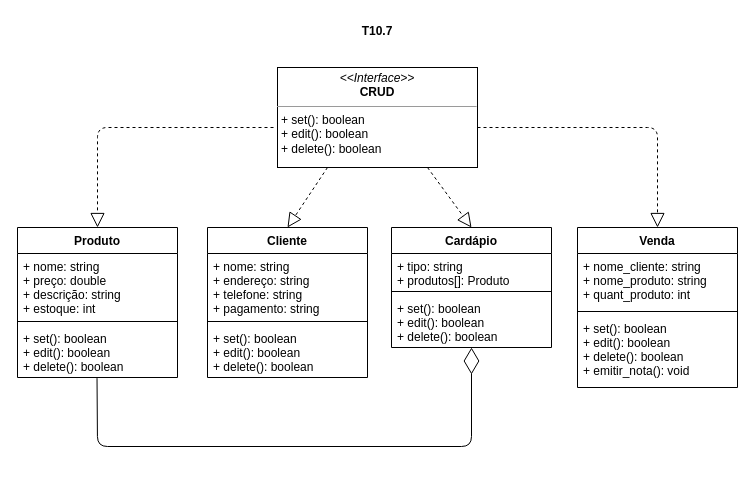
This is UML.drawio from DionVitor/oo-fga, a draw.io file, before an edit. Source tidied: cells renumbered, new cells numbered last; positions are measured from the earlier drawing's top-left corner, leaving out a move shared by most shapes. Both pictures are drawn from the tidied source at 100%, with x=0, y=0 at pixel (17, 17).
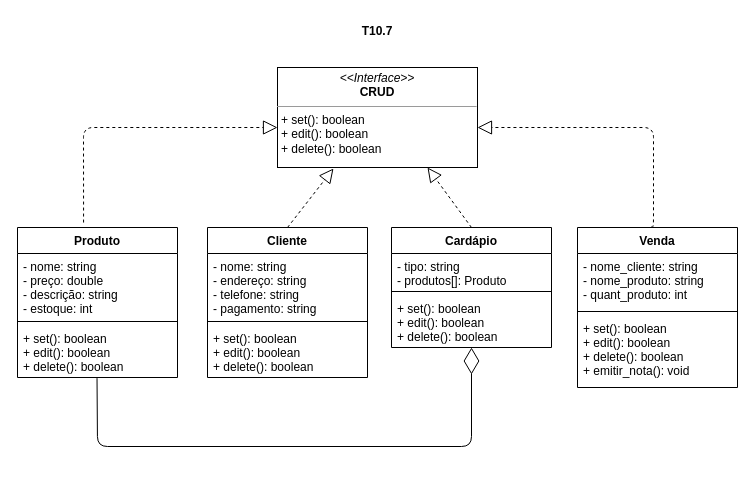
The same page after the edit.

Commit message (it also covers changes not shown here):
Adicionado UML atualizado.

Unchanged cells that the change refers to:
```xml
<mxCell id="2" value="&lt;p style=&quot;margin: 0px ; margin-top: 4px ; text-align: center&quot;&gt;&lt;i&gt;&amp;lt;&amp;lt;Interface&amp;gt;&amp;gt;&lt;/i&gt;&lt;br&gt;&lt;b&gt;CRUD&lt;/b&gt;&lt;/p&gt;&lt;hr size=&quot;1&quot;&gt;&lt;p style=&quot;margin: 0px ; margin-left: 4px&quot;&gt;+ set(): boolean&lt;/p&gt;&lt;p style=&quot;margin: 0px ; margin-left: 4px&quot;&gt;+ edit(): boolean&lt;/p&gt;&lt;p style=&quot;margin: 0px ; margin-left: 4px&quot;&gt;+ delete(): boolean&lt;/p&gt;" style="verticalAlign=top;align=left;overflow=fill;fontSize=12;fontFamily=Helvetica;html=1;" parent="1" vertex="1">
  <mxGeometry x="260" y="50" width="200" height="100" as="geometry" />
</mxCell>
<mxCell id="3" value="Produto" style="swimlane;fontStyle=1;align=center;verticalAlign=top;horizontal=1;startSize=26;" parent="1" vertex="1">
  <mxGeometry y="210" width="160" height="150" as="geometry" />
</mxCell>
<mxCell id="7" value="Cliente" style="swimlane;fontStyle=1;align=center;verticalAlign=top;horizontal=1;startSize=26;" parent="1" vertex="1">
  <mxGeometry x="190" y="210" width="160" height="150" as="geometry" />
</mxCell>
<mxCell id="11" value="Cardápio" style="swimlane;fontStyle=1;align=center;verticalAlign=top;horizontal=1;startSize=26;" parent="1" vertex="1">
  <mxGeometry x="374" y="210" width="160" height="120" as="geometry" />
</mxCell>
<mxCell id="15" value="Venda" style="swimlane;fontStyle=1;align=center;verticalAlign=top;horizontal=1;startSize=26;" parent="1" vertex="1">
  <mxGeometry x="560" y="210" width="160" height="160" as="geometry" />
</mxCell>
```

Change to the diagram source:
```diff
@@
-    <mxCell id="4" value="+ nome: string&#10;+ preço: double&#10;+ descrição: string&#10;+ estoque: int" style="text;strokeColor=none;fillColor=none;align=left;verticalAlign=top;spacingLeft=4;spacingRight=4;overflow=hidden;" parent="3" vertex="1">
+    <mxCell id="4" value="- nome: string&#10;- preço: double&#10;- descrição: string&#10;- estoque: int" style="text;strokeColor=none;fillColor=none;align=left;verticalAlign=top;spacingLeft=4;spacingRight=4;overflow=hidden;" parent="3" vertex="1">
       <mxGeometry y="26" width="160" height="64" as="geometry" />
     </mxCell>
@@
-    <mxCell id="8" value="+ nome: string&#10;+ endereço: string&#10;+ telefone: string&#10;+ pagamento: string" style="text;strokeColor=none;fillColor=none;align=left;verticalAlign=top;spacingLeft=4;spacingRight=4;overflow=hidden;" parent="7" vertex="1">
+    <mxCell id="8" value="- nome: string&#10;- endereço: string&#10;- telefone: string&#10;- pagamento: string" style="text;strokeColor=none;fillColor=none;align=left;verticalAlign=top;spacingLeft=4;spacingRight=4;overflow=hidden;" parent="7" vertex="1">
       <mxGeometry y="26" width="160" height="64" as="geometry" />
     </mxCell>
@@
-    <mxCell id="12" value="+ tipo: string&#10;+ produtos[]: Produto" style="text;strokeColor=none;fillColor=none;align=left;verticalAlign=top;spacingLeft=4;spacingRight=4;overflow=hidden;" parent="11" vertex="1">
+    <mxCell id="12" value="- tipo: string&#10;- produtos[]: Produto" style="text;strokeColor=none;fillColor=none;align=left;verticalAlign=top;spacingLeft=4;spacingRight=4;overflow=hidden;" parent="11" vertex="1">
       <mxGeometry y="26" width="160" height="34" as="geometry" />
     </mxCell>
@@
-    <mxCell id="16" value="+ nome_cliente: string&#10;+ nome_produto: string&#10;+ quant_produto: int&#10;" style="text;strokeColor=none;fillColor=none;align=left;verticalAlign=top;spacingLeft=4;spacingRight=4;overflow=hidden;" parent="15" vertex="1">
+    <mxCell id="16" value="- nome_cliente: string&#10;- nome_produto: string&#10;- quant_produto: int&#10;" style="text;strokeColor=none;fillColor=none;align=left;verticalAlign=top;spacingLeft=4;spacingRight=4;overflow=hidden;" parent="15" vertex="1">
       <mxGeometry y="26" width="160" height="54" as="geometry" />
     </mxCell>
@@
-    <mxCell id="19" style="endArrow=block;dashed=1;endFill=0;endSize=12;html=1;entryX=0.5;entryY=0;entryDx=0;entryDy=0;" parent="1" edge="1" target="3">
-      <mxGeometry relative="1" as="geometry">
-        <mxPoint x="256" y="110" as="sourcePoint" />
-        <Array as="points">
-          <mxPoint x="80" y="110" />
-        </Array>
-      </mxGeometry>
-    </mxCell>
-    <mxCell id="20" style="endArrow=block;dashed=1;endFill=0;endSize=12;html=1;entryX=0.5;entryY=0;entryDx=0;entryDy=0;" parent="1" edge="1" target="15">
-      <mxGeometry relative="1" as="geometry">
-        <mxPoint x="460" y="110" as="sourcePoint" />
-        <Array as="points">
-          <mxPoint x="640" y="110" />
-        </Array>
-      </mxGeometry>
-    </mxCell>
-    <mxCell id="21" style="endArrow=block;dashed=1;endFill=0;endSize=12;html=1;exitX=0.25;exitY=1;exitDx=0;exitDy=0;entryX=0.5;entryY=0;entryDx=0;entryDy=0;" parent="1" edge="1" source="2" target="7">
-      <mxGeometry relative="1" as="geometry" />
-    </mxCell>
-    <mxCell id="22" style="endArrow=block;dashed=1;endFill=0;endSize=12;html=1;exitX=0.75;exitY=1;exitDx=0;exitDy=0;entryX=0.5;entryY=0;entryDx=0;entryDy=0;" parent="1" edge="1" source="2" target="11">
-      <mxGeometry relative="1" as="geometry" />
-    </mxCell>
@@
+    <mxCell id="25" style="endArrow=block;dashed=1;endFill=0;endSize=12;html=1;exitX=0.463;exitY=-0.006;exitDx=0;exitDy=0;exitPerimeter=0;" parent="1" edge="1" source="15">
+      <mxGeometry relative="1" as="geometry">
+        <mxPoint x="460" y="110" as="targetPoint" />
+        <Array as="points">
+          <mxPoint x="636" y="210" />
+          <mxPoint x="636" y="110" />
+        </Array>
+      </mxGeometry>
+    </mxCell>
+    <mxCell id="26" style="endArrow=block;dashed=1;endFill=0;endSize=12;html=1;exitX=0.413;exitY=-0.033;exitDx=0;exitDy=0;exitPerimeter=0;" parent="1" edge="1" source="3">
+      <mxGeometry relative="1" as="geometry">
+        <mxPoint x="260" y="110" as="targetPoint" />
+        <Array as="points">
+          <mxPoint x="66" y="110" />
+        </Array>
+      </mxGeometry>
+    </mxCell>
+    <mxCell id="27" style="endArrow=block;dashed=1;endFill=0;endSize=12;html=1;exitX=0.5;exitY=0;exitDx=0;exitDy=0;" parent="1" edge="1" source="7">
+      <mxGeometry relative="1" as="geometry">
+        <mxPoint x="316" y="151" as="targetPoint" />
+      </mxGeometry>
+    </mxCell>
+    <mxCell id="28" style="endArrow=block;dashed=1;endFill=0;endSize=12;html=1;entryX=0.75;entryY=1;entryDx=0;entryDy=0;exitX=0.5;exitY=0;exitDx=0;exitDy=0;" parent="1" edge="1" source="11" target="2">
+      <mxGeometry relative="1" as="geometry" />
+    </mxCell>
```
